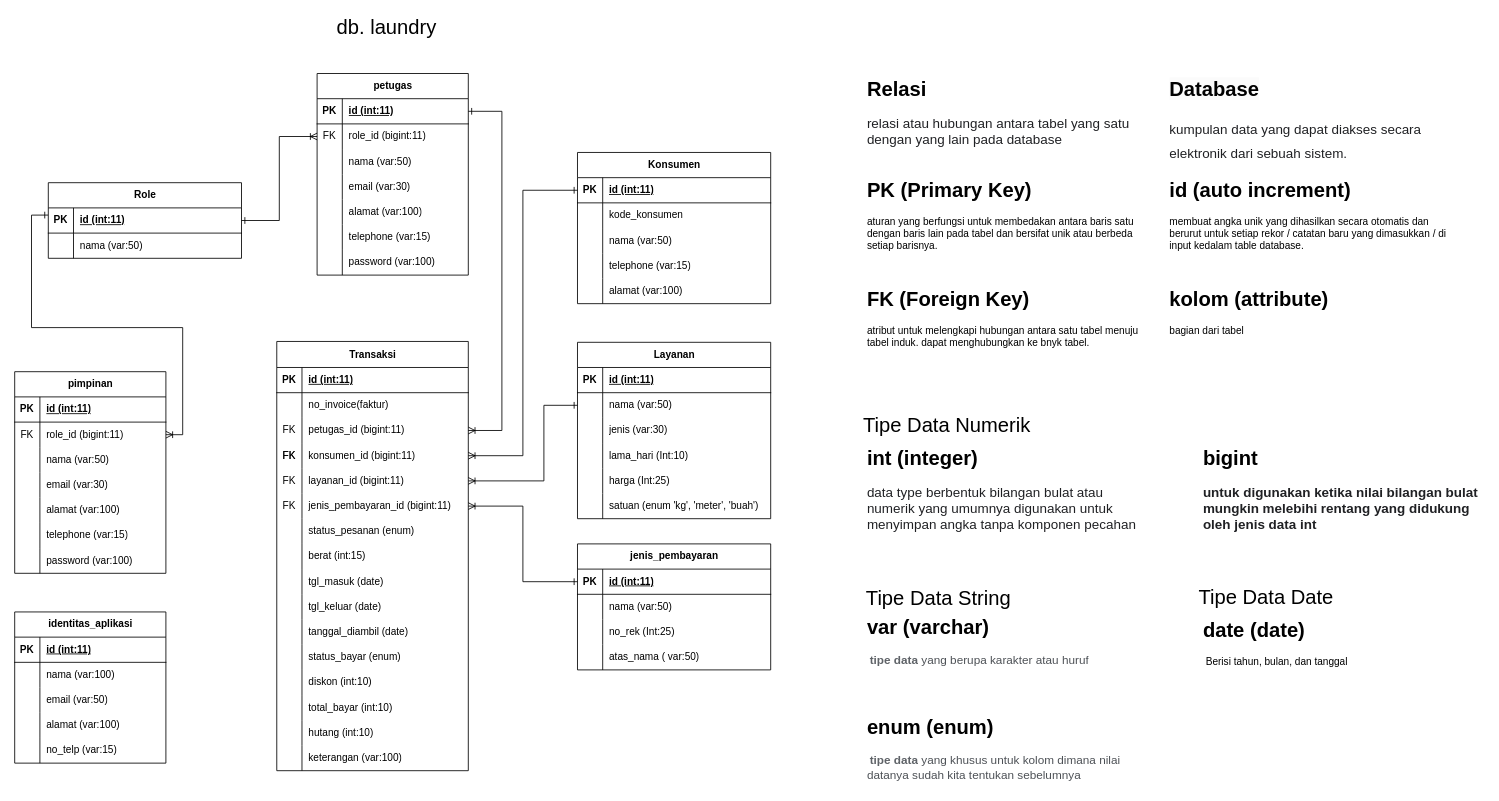
Before: page "RELASI" (4 of 6) of Desain Ujikom.drawio in alditasptnsr/ujikom_aldita, a draw.io diagram. Source tidied: cells renumbered, new cells numbered last; positions are measured from the earlier drawing's top-left corner, leaving out a move shared by most shapes. Both pictures are drawn from the tidied source at 84%, with x=0, y=0 at pixel (14, 14).
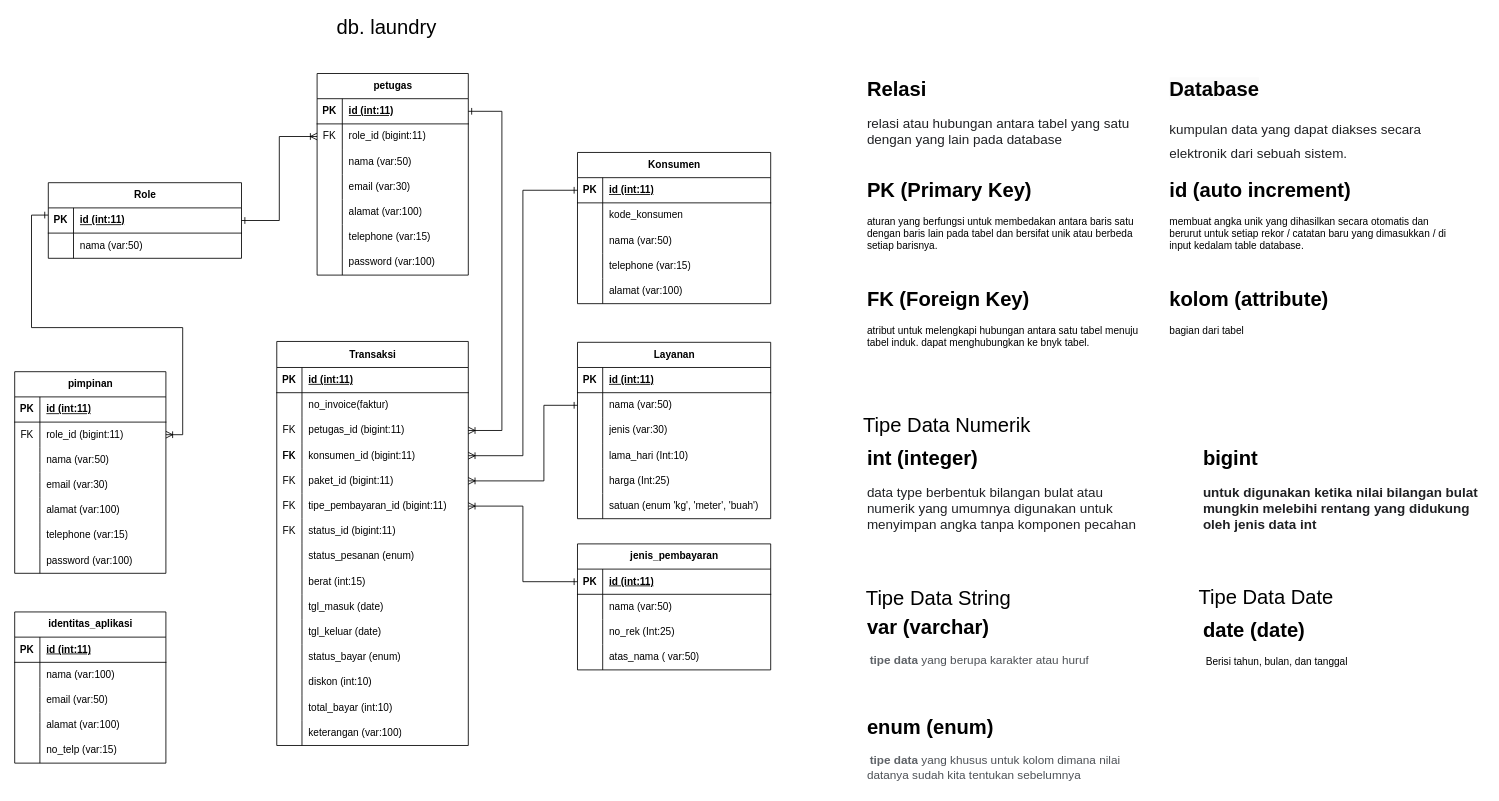
After the change.

Unchanged cells that the change refers to:
```xml
<mxCell id="80" style="shape=tableRow;horizontal=0;startSize=0;swimlaneHead=0;swimlaneBody=0;fillColor=none;points=[[0,0.5],[1,0.5]];portConstraint=eastwest;top=0;left=0;right=0;bottom=0;" parent="67" vertex="1">
  <mxGeometry y="151" width="228" height="30" as="geometry" />
</mxCell>
<mxCell id="83" style="shape=tableRow;horizontal=0;startSize=0;swimlaneHead=0;swimlaneBody=0;fillColor=none;points=[[0,0.5],[1,0.5]];portConstraint=eastwest;top=0;left=0;right=0;bottom=0;" parent="67" vertex="1">
  <mxGeometry y="181" width="228" height="30" as="geometry" />
</mxCell>
<mxCell id="110" style="shape=tableRow;horizontal=0;startSize=0;swimlaneHead=0;swimlaneBody=0;fillColor=none;top=0;left=0;right=0;bottom=0;" parent="67" vertex="1">
  <mxGeometry y="451" width="228" height="30" as="geometry" />
</mxCell>
```

Diff of the diagram source:
```diff
@@
     <mxCell id="67" value="Transaksi" style="shape=table;startSize=31;childLayout=tableLayout;rowLines=0;fontStyle=1;align=center;html=1;" parent="1" vertex="1">
-      <mxGeometry x="312" y="389" width="228" height="511" as="geometry" />
+      <mxGeometry x="312" y="389" width="228" height="481" as="geometry" />
     </mxCell>
@@
-    <mxCell id="82" value="layanan_id (bigint:11)" style="shape=partialRectangle;fillColor=none;top=0;left=0;bottom=0;right=0;align=left;spacingLeft=6;overflow=hidden;whiteSpace=wrap;html=1;" parent="80" vertex="1">
+    <mxCell id="82" value="paket_id (bigint:11)" style="shape=partialRectangle;fillColor=none;top=0;left=0;bottom=0;right=0;align=left;spacingLeft=6;overflow=hidden;whiteSpace=wrap;html=1;" parent="80" vertex="1">
       <mxGeometry x="30" width="198" height="30" as="geometry" />
     </mxCell>
@@
-    <mxCell id="85" value="jenis_pembayaran_id (bigint:11)" style="shape=partialRectangle;fillColor=none;top=0;left=0;bottom=0;right=0;align=left;spacingLeft=6;overflow=hidden;whiteSpace=wrap;html=1;" parent="83" vertex="1">
+    <mxCell id="85" value="tipe_pembayaran_id (bigint:11)" style="shape=partialRectangle;fillColor=none;top=0;left=0;bottom=0;right=0;align=left;spacingLeft=6;overflow=hidden;whiteSpace=wrap;html=1;" parent="83" vertex="1">
       <mxGeometry x="30" width="198" height="30" as="geometry" />
     </mxCell>
+    <mxCell id="188" style="shape=tableRow;horizontal=0;startSize=0;swimlaneHead=0;swimlaneBody=0;fillColor=none;top=0;left=0;right=0;bottom=0;" parent="67" vertex="1">
+      <mxGeometry y="211" width="228" height="30" as="geometry" />
+    </mxCell>
+    <mxCell id="189" value="FK" style="shape=partialRectangle;fillColor=none;top=0;left=0;bottom=0;right=0;overflow=hidden;whiteSpace=wrap;html=1;" parent="188" vertex="1">
+      <mxGeometry width="30" height="30" as="geometry" />
+    </mxCell>
+    <mxCell id="190" value="status_id (bigint:11)" style="shape=partialRectangle;fillColor=none;top=0;left=0;bottom=0;right=0;align=left;spacingLeft=6;overflow=hidden;whiteSpace=wrap;html=1;" parent="188" vertex="1">
+      <mxGeometry x="30" width="198" height="30" as="geometry" />
+    </mxCell>
     <mxCell id="86" style="shape=tableRow;horizontal=0;startSize=0;swimlaneHead=0;swimlaneBody=0;fillColor=none;top=0;left=0;right=0;bottom=0;" parent="67" vertex="1">
-      <mxGeometry y="211" width="228" height="30" as="geometry" />
+      <mxGeometry y="241" width="228" height="30" as="geometry" />
     </mxCell>
@@
     <mxCell id="89" style="shape=tableRow;horizontal=0;startSize=0;swimlaneHead=0;swimlaneBody=0;fillColor=none;top=0;left=0;right=0;bottom=0;" parent="67" vertex="1">
-      <mxGeometry y="241" width="228" height="30" as="geometry" />
+      <mxGeometry y="271" width="228" height="30" as="geometry" />
     </mxCell>
@@
     <mxCell id="92" style="shape=tableRow;horizontal=0;startSize=0;swimlaneHead=0;swimlaneBody=0;fillColor=none;top=0;left=0;right=0;bottom=0;" parent="67" vertex="1">
-      <mxGeometry y="271" width="228" height="30" as="geometry" />
+      <mxGeometry y="301" width="228" height="30" as="geometry" />
     </mxCell>
@@
     <mxCell id="95" style="shape=tableRow;horizontal=0;startSize=0;swimlaneHead=0;swimlaneBody=0;fillColor=none;top=0;left=0;right=0;bottom=0;" parent="67" vertex="1">
-      <mxGeometry y="301" width="228" height="30" as="geometry" />
+      <mxGeometry y="331" width="228" height="30" as="geometry" />
     </mxCell>
@@
-    <mxCell id="98" style="shape=tableRow;horizontal=0;startSize=0;swimlaneHead=0;swimlaneBody=0;fillColor=none;top=0;left=0;right=0;bottom=0;" parent="67" vertex="1">
-      <mxGeometry y="331" width="228" height="30" as="geometry" />
-    </mxCell>
-    <mxCell id="99" style="shape=partialRectangle;fillColor=none;top=0;left=0;bottom=0;right=0;overflow=hidden;whiteSpace=wrap;html=1;" parent="98" vertex="1">
-      <mxGeometry width="30" height="30" as="geometry" />
-    </mxCell>
-    <mxCell id="100" value="tanggal_diambil (date)" style="shape=partialRectangle;fillColor=none;top=0;left=0;bottom=0;right=0;align=left;spacingLeft=6;overflow=hidden;whiteSpace=wrap;html=1;" parent="98" vertex="1">
-      <mxGeometry x="30" width="198" height="30" as="geometry" />
-    </mxCell>
@@
-    <mxCell id="112" value="hutang (int:10)" style="shape=partialRectangle;fillColor=none;top=0;left=0;bottom=0;right=0;align=left;spacingLeft=6;overflow=hidden;whiteSpace=wrap;html=1;" parent="110" vertex="1">
+    <mxCell id="112" value="keterangan (var:100)" style="shape=partialRectangle;fillColor=none;top=0;left=0;bottom=0;right=0;align=left;spacingLeft=6;overflow=hidden;whiteSpace=wrap;html=1;" parent="110" vertex="1">
       <mxGeometry x="30" width="198" height="30" as="geometry" />
     </mxCell>
-    <mxCell id="113" style="shape=tableRow;horizontal=0;startSize=0;swimlaneHead=0;swimlaneBody=0;fillColor=none;top=0;left=0;right=0;bottom=0;" parent="67" vertex="1">
-      <mxGeometry y="481" width="228" height="30" as="geometry" />
-    </mxCell>
-    <mxCell id="114" style="shape=partialRectangle;fillColor=none;top=0;left=0;bottom=0;right=0;overflow=hidden;whiteSpace=wrap;html=1;" parent="113" vertex="1">
-      <mxGeometry width="30" height="30" as="geometry" />
-    </mxCell>
-    <mxCell id="115" value="keterangan (var:100)" style="shape=partialRectangle;fillColor=none;top=0;left=0;bottom=0;right=0;align=left;spacingLeft=6;overflow=hidden;whiteSpace=wrap;html=1;" parent="113" vertex="1">
-      <mxGeometry x="30" width="198" height="30" as="geometry" />
-    </mxCell>
```
